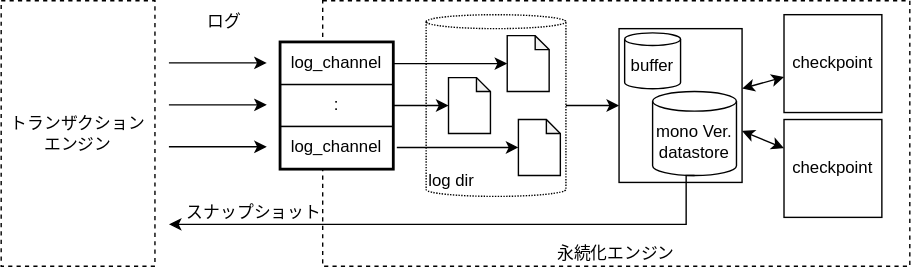
Above: docs/module.drawio.svg in project-tsurugi/limestone (draw.io), before the change. Source tidied: cells renumbered, new cells last; positions are measured from the earlier drawing's top-left corner, leaving out a move shared by most shapes.
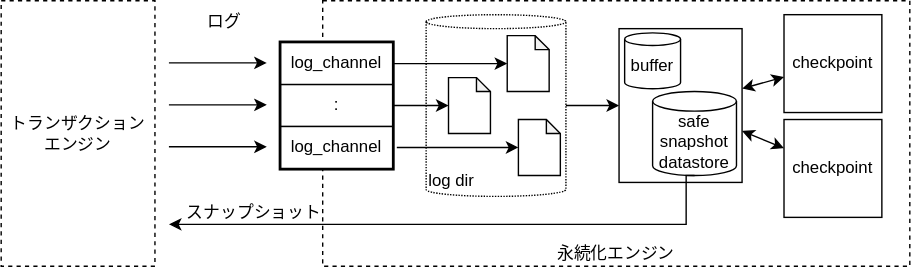
Above is the later version.

Diff of the diagram source:
```diff
@@ -65,7 +65,7 @@
     <mxCell id="19" style="rounded=0;whiteSpace=wrap;html=1;strokeWidth=1;verticalAlign=top;align=left;" parent="1" vertex="1">
       <mxGeometry x="442" y="20" width="88" height="110" as="geometry" />
     </mxCell>
-    <mxCell id="20" value="mono Ver.&lt;br&gt;datastore" style="shape=cylinder3;whiteSpace=wrap;html=1;boundedLbl=1;backgroundOutline=1;size=7;strokeWidth=1;" parent="1" vertex="1">
+    <mxCell id="20" value="safe&lt;br&gt;snapshot&lt;br&gt;datastore" style="shape=cylinder3;whiteSpace=wrap;html=1;boundedLbl=1;backgroundOutline=1;size=7;strokeWidth=1;" parent="1" vertex="1">
       <mxGeometry x="466" y="65" width="60" height="60" as="geometry" />
     </mxCell>
     <mxCell id="21" style="endArrow=classic;html=1;rounded=0;strokeWidth=1;exitX=1;exitY=0.5;exitDx=0;exitDy=0;exitPerimeter=0;" parent="1" edge="1" source="3" target="19">
```
